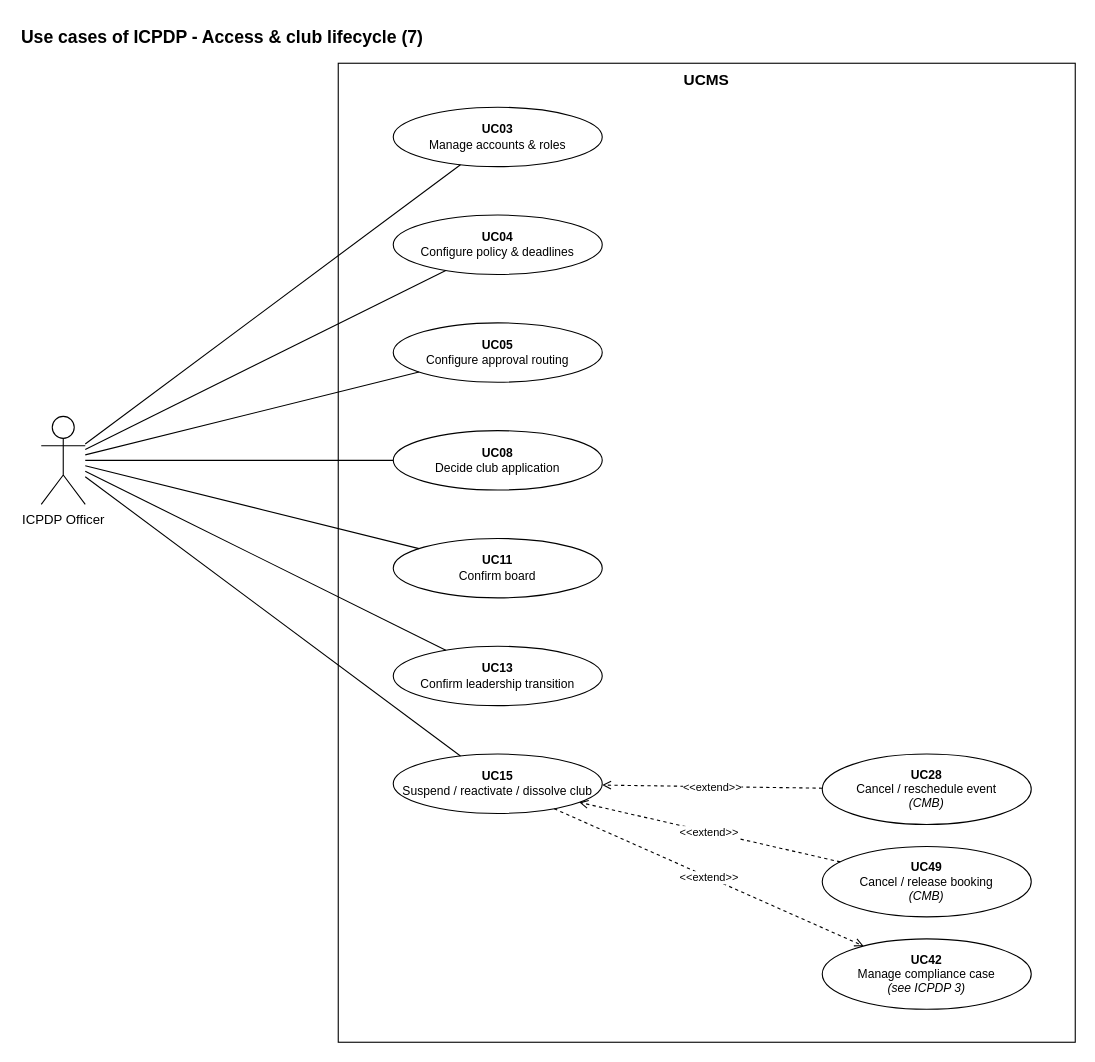
The draw.io diagram page "ICPDP 1 - Access & club lifecycle" (7 of 9) of docs/diagrams/UCMS_UseCase_ByActor.drawio in nvdekay/ClubManagementSystem, before the edit. Source tidied: cells renumbered, new cells numbered last; positions are measured from the earlier drawing's top-left corner, leaving out a move shared by most shapes. Both pictures are drawn from the tidied source at 110%, with x=0, y=0 at pixel (19, 19).
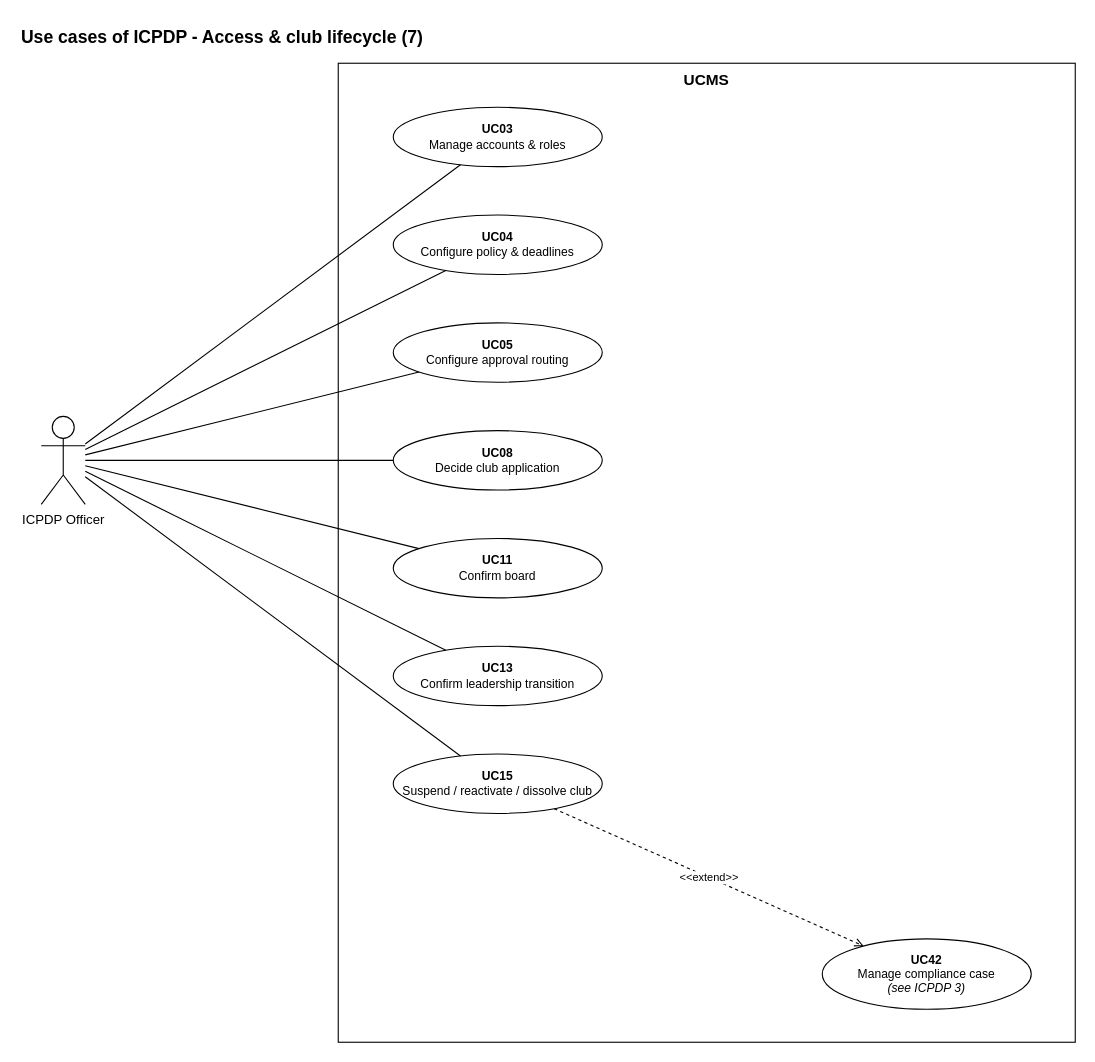
Above is the later version.

Commit message (it also covers changes not shown here):
docs(diagrams): drop «extend» used for UI navigation and system cascades (I27, I28)

Unchanged cells that the change refers to:
```xml
<mxCell id="17" value="&lt;b&gt;UC15&lt;/b&gt;&lt;br&gt;Suspend / reactivate / dissolve club" style="ellipse;whiteSpace=wrap;html=1;fillColor=#ffffff;strokeColor=#000000;fontSize=11;" parent="1" vertex="1">
  <mxGeometry x="340" y="668" width="190" height="54" as="geometry" />
</mxCell>
```

What changed in the source:
```diff
@@
-    <mxCell id="19" value="&lt;b&gt;UC28&lt;/b&gt;&lt;br&gt;Cancel / reschedule event&lt;br&gt;&lt;i&gt;(CMB)&lt;/i&gt;" style="ellipse;whiteSpace=wrap;html=1;fillColor=#ffffff;strokeColor=#000000;fontSize=11;" parent="1" vertex="1">
-      <mxGeometry x="730" y="668" width="190" height="64" as="geometry" />
-    </mxCell>
-    <mxCell id="20" value="&lt;b&gt;UC49&lt;/b&gt;&lt;br&gt;Cancel / release booking&lt;br&gt;&lt;i&gt;(CMB)&lt;/i&gt;" style="ellipse;whiteSpace=wrap;html=1;fillColor=#ffffff;strokeColor=#000000;fontSize=11;" parent="1" vertex="1">
-      <mxGeometry x="730" y="752" width="190" height="64" as="geometry" />
-    </mxCell>
@@
-    <mxCell id="22" value="&amp;lt;&amp;lt;extend&amp;gt;&amp;gt;" style="endArrow=open;dashed=1;html=1;strokeColor=#000000;fontSize=10;labelBackgroundColor=#ffffff;" parent="1" edge="1" source="19" target="17">
-      <mxGeometry relative="1" as="geometry" />
-    </mxCell>
-    <mxCell id="23" value="&amp;lt;&amp;lt;extend&amp;gt;&amp;gt;" style="endArrow=open;dashed=1;html=1;strokeColor=#000000;fontSize=10;labelBackgroundColor=#ffffff;" parent="1" edge="1" source="20" target="17">
-      <mxGeometry relative="1" as="geometry" />
-    </mxCell>
```
